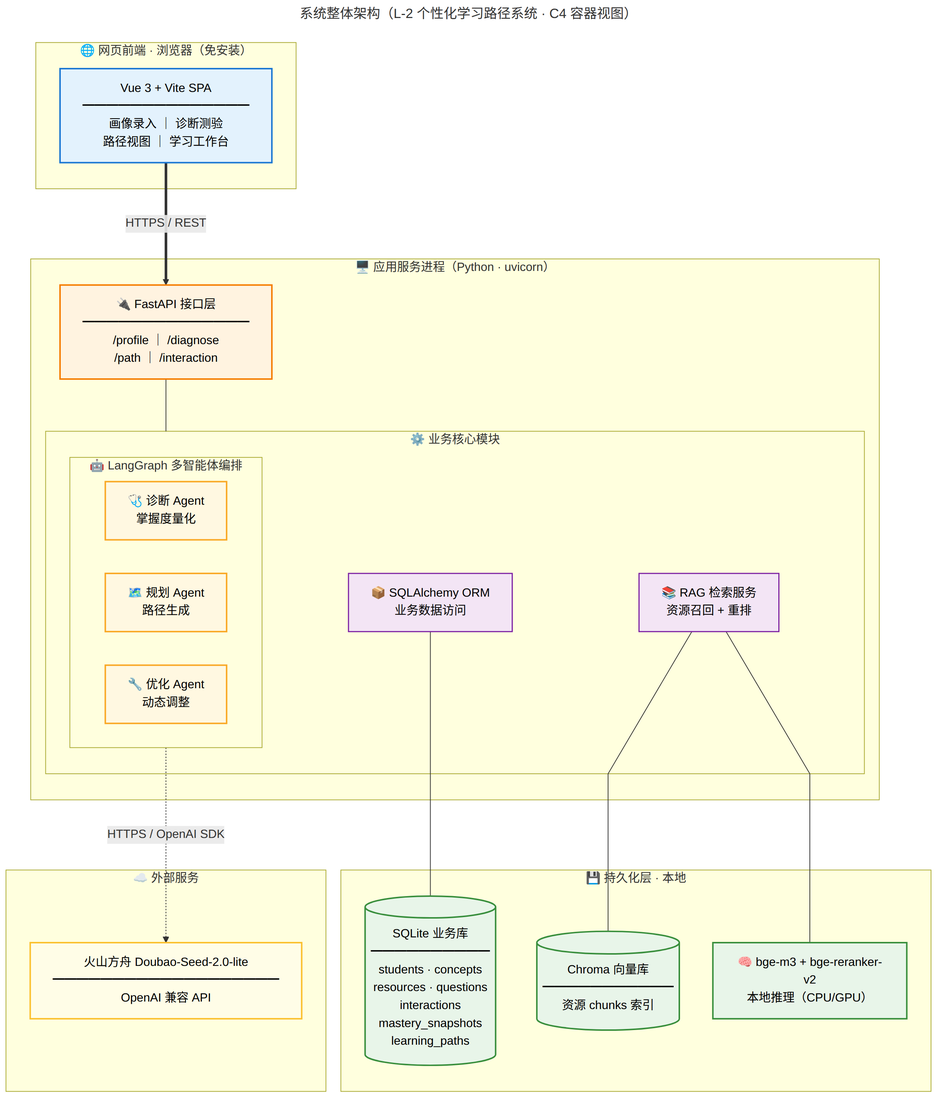
haloZh/ai-learning-path keeps this Mermaid diagram as docs/images/系统架构.png. Above is the earlier version. Its source is kept beside it as docs/diagrams/系统架构.mmd.
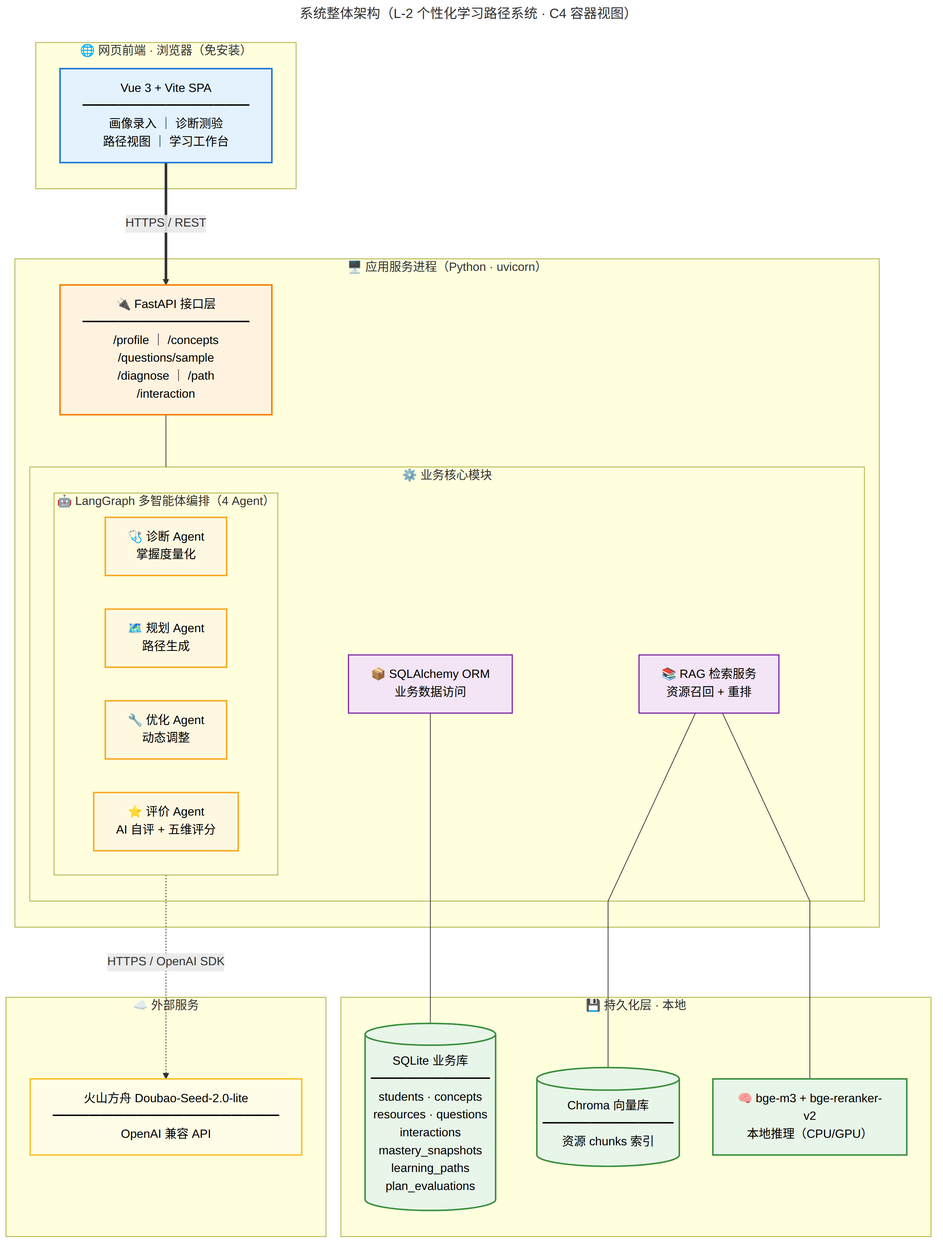
Later version of the same file.

Commit message:
docs(arch): 架构图升级到 4 Agent + plan_evaluations 表

The edit, as a diff of the source:
```diff
@@ -11,16 +11,17 @@
     subgraph APP["🖥️ 应用服务进程（Python · uvicorn）"]
         direction TB
 
-        API["🔌 FastAPI 接口层<br/>━━━━━━━━━━━━━━<br/>/profile ｜ /diagnose<br/>/path ｜ /interaction"]
+        API["🔌 FastAPI 接口层<br/>━━━━━━━━━━━━━━<br/>/profile ｜ /concepts<br/>/questions/sample<br/>/diagnose ｜ /path<br/>/interaction"]
 
         subgraph CORE["⚙️ 业务核心模块"]
             direction TB
 
-            subgraph AGENTS["🤖 LangGraph 多智能体编排"]
+            subgraph AGENTS["🤖 LangGraph 多智能体编排（4 Agent）"]
                 direction LR
                 A1["🩺 诊断 Agent<br/>掌握度量化"]
                 A2["🗺️ 规划 Agent<br/>路径生成"]
                 A3["🔧 优化 Agent<br/>动态调整"]
+                A4["⭐ 评价 Agent<br/>AI 自评 + 五维评分"]
             end
 
             ORM["📦 SQLAlchemy ORM<br/>业务数据访问"]
@@ -32,7 +33,7 @@
 
     subgraph DATA["💾 持久化层 · 本地"]
         direction LR
-        DB[("SQLite 业务库<br/>━━━━━━━━━━<br/>students · concepts<br/>resources · questions<br/>interactions<br/>mastery_snapshots<br/>learning_paths")]
+        DB[("SQLite 业务库<br/>━━━━━━━━━━<br/>students · concepts<br/>resources · questions<br/>interactions<br/>mastery_snapshots<br/>learning_paths<br/>plan_evaluations")]
         VEC[("Chroma 向量库<br/>━━━━━━━━━━━<br/>资源 chunks 索引")]
         EMB["🧠 bge-m3 + bge-reranker-v2<br/>本地推理（CPU/GPU）"]
     end
@@ -56,7 +57,7 @@
 
     class Vue client;
     class API api;
-    class A1,A2,A3 agent;
+    class A1,A2,A3,A4 agent;
     class ORM,RAGSV svc;
     class DB,VEC,EMB data;
     class LLM ext;
```
